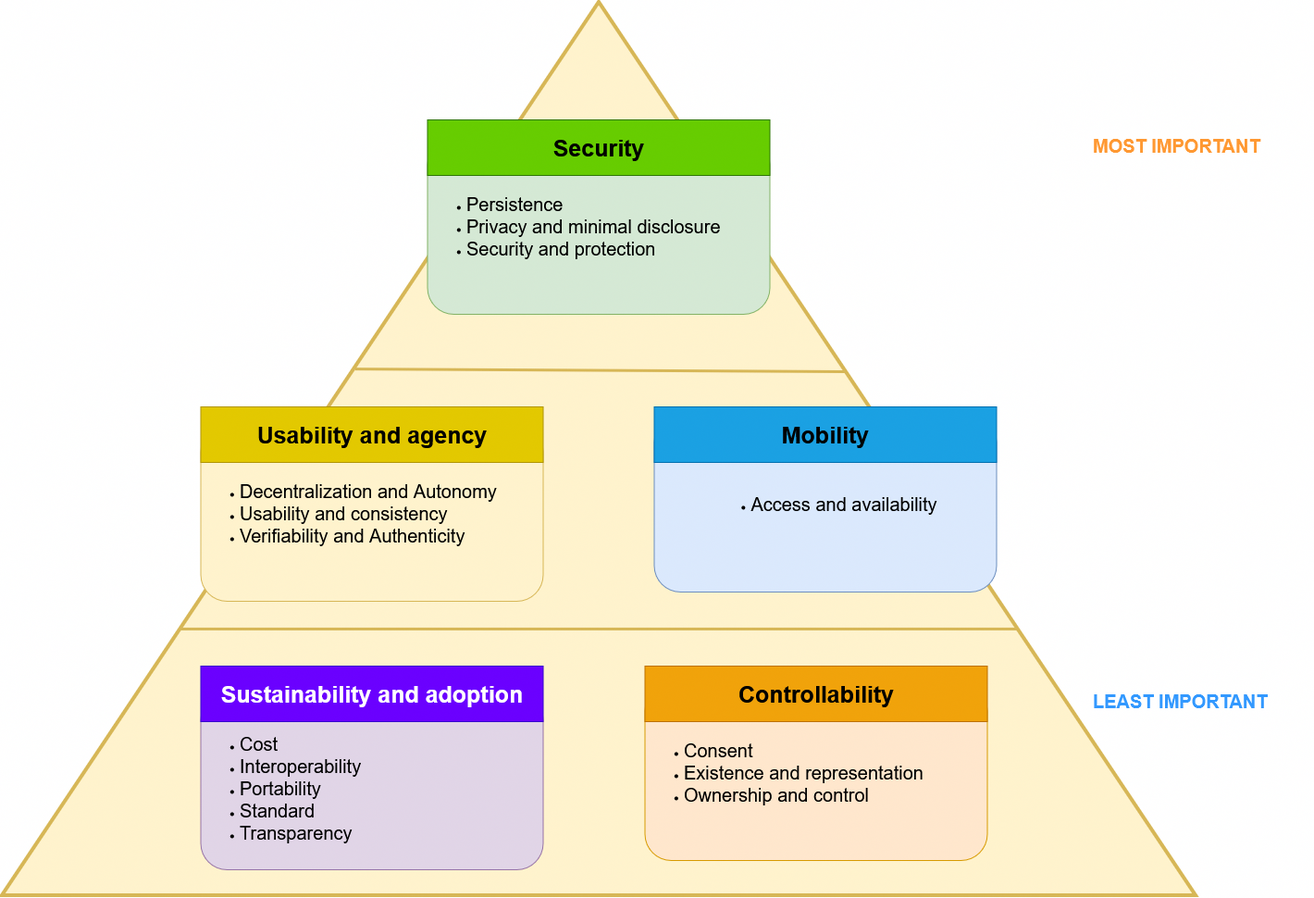
cristianlepore/Self-Sovereign-Identity keeps this draw.io diagram as definition/images/importance_group/ImportantGroups.png. Above is the earlier version. Source tidied: cells renumbered, new cells last; positions are measured from the earlier drawing's top-left corner, leaving out a move shared by most shapes.
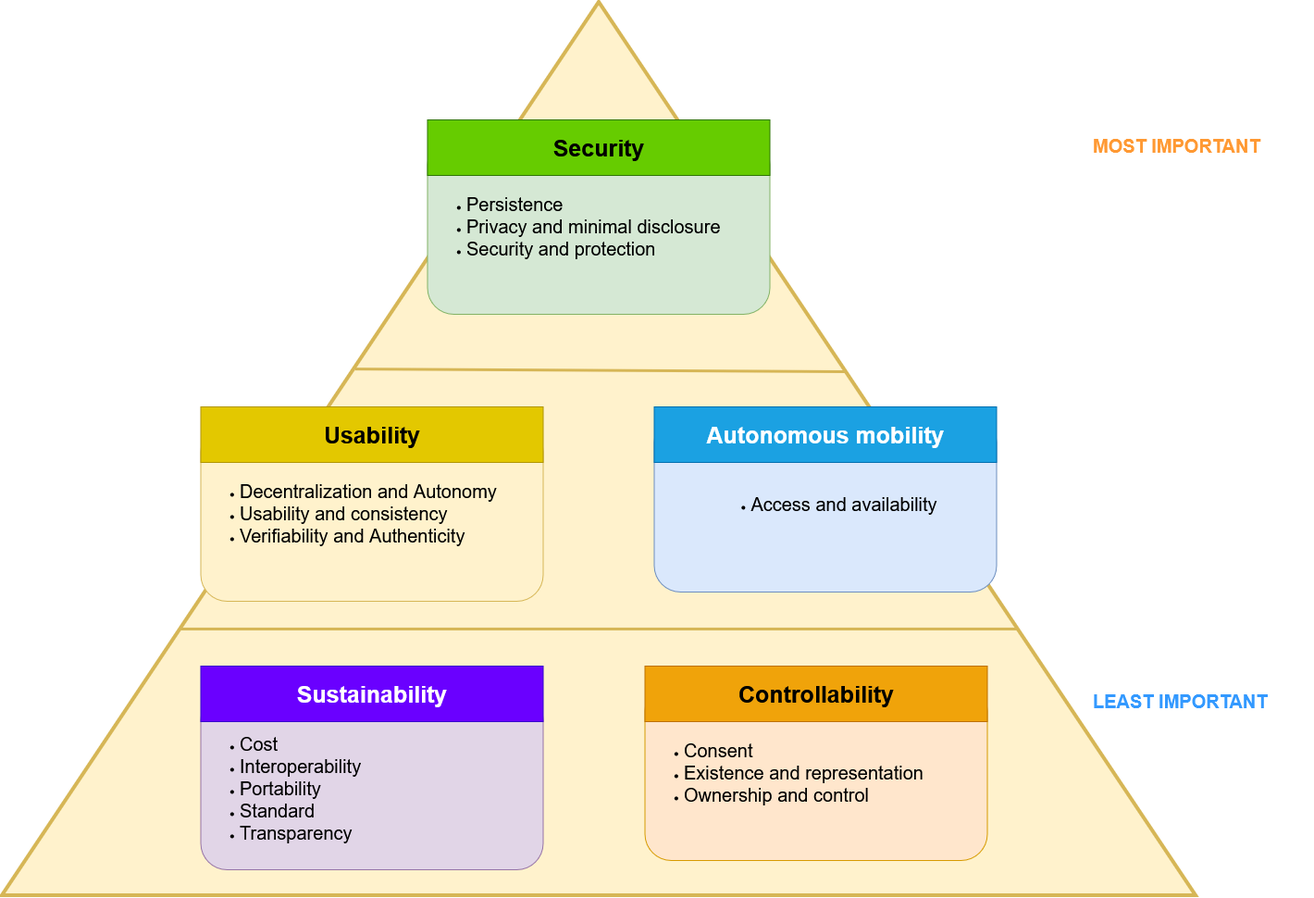
Above is the later version.

Diff of the diagram source:
```diff
@@ -14,7 +14,7 @@
     <mxCell id="5" value="&lt;div align=&quot;left&quot;&gt;&lt;br&gt;&lt;ul&gt;&lt;li&gt;&lt;font style=&quot;font-size: 20px;&quot;&gt;Cost&lt;/font&gt;&lt;/li&gt;&lt;li&gt;&lt;font style=&quot;font-size: 20px;&quot;&gt;Interoperability&lt;/font&gt;&lt;/li&gt;&lt;li&gt;&lt;font style=&quot;font-size: 20px;&quot;&gt;Portability&lt;/font&gt;&lt;/li&gt;&lt;li&gt;&lt;font style=&quot;font-size: 20px;&quot;&gt;Standard&lt;/font&gt;&lt;/li&gt;&lt;li&gt;&lt;font style=&quot;font-size: 20px;&quot;&gt;Transparency&lt;/font&gt;&lt;/li&gt;&lt;/ul&gt;&lt;/div&gt;" style="rounded=1;whiteSpace=wrap;html=1;align=left;fillColor=#e1d5e7;strokeColor=#9673a6;" parent="1" vertex="1">
       <mxGeometry x="52.5" y="910" width="370" height="190" as="geometry" />
     </mxCell>
-    <mxCell id="6" value="&lt;b&gt;&lt;font style=&quot;font-size: 25px;&quot;&gt;Sustainability and adoption&lt;br&gt;&lt;/font&gt;&lt;/b&gt;" style="rounded=0;whiteSpace=wrap;html=1;fillColor=#6a00ff;fontColor=#ffffff;strokeColor=#3700CC;" parent="1" vertex="1">
+    <mxCell id="6" value="&lt;b&gt;&lt;font style=&quot;font-size: 25px;&quot;&gt;Sustainability&lt;br&gt;&lt;/font&gt;&lt;/b&gt;" style="rounded=0;whiteSpace=wrap;html=1;fillColor=#6a00ff;fontColor=#ffffff;strokeColor=#3700CC;" parent="1" vertex="1">
       <mxGeometry x="52.5" y="880" width="370" height="60" as="geometry" />
     </mxCell>
     <mxCell id="7" value="&lt;div align=&quot;left&quot;&gt;&lt;ul&gt;&lt;li&gt;&lt;font style=&quot;font-size: 20px;&quot;&gt;Consent&lt;/font&gt;&lt;/li&gt;&lt;li&gt;&lt;font style=&quot;font-size: 20px;&quot;&gt;Existence and representation&lt;/font&gt;&lt;/li&gt;&lt;li&gt;&lt;font style=&quot;font-size: 20px;&quot;&gt;Ownership and control&lt;/font&gt;&lt;/li&gt;&lt;/ul&gt;&lt;/div&gt;" style="rounded=1;whiteSpace=wrap;html=1;align=left;fillColor=#ffe6cc;strokeColor=#d79b00;" parent="1" vertex="1">
@@ -26,13 +26,13 @@
     <mxCell id="9" value="&lt;div align=&quot;left&quot;&gt;&lt;ul&gt;&lt;li&gt;&lt;font style=&quot;font-size: 20px;&quot;&gt;Decentralization and Autonomy&lt;/font&gt;&lt;/li&gt;&lt;li&gt;&lt;font style=&quot;font-size: 20px;&quot;&gt;Usability and consistency&lt;/font&gt;&lt;/li&gt;&lt;li&gt;&lt;font style=&quot;font-size: 20px;&quot;&gt;Verifiability and Authenticity&lt;/font&gt;&lt;/li&gt;&lt;/ul&gt;&lt;/div&gt;" style="rounded=1;whiteSpace=wrap;html=1;align=left;fillColor=#fff2cc;strokeColor=#d6b656;" parent="1" vertex="1">
       <mxGeometry x="52.5" y="620" width="370" height="190" as="geometry" />
     </mxCell>
-    <mxCell id="10" value="&lt;div&gt;&lt;b&gt;&lt;font style=&quot;font-size: 25px;&quot;&gt;Usability and agency&lt;/font&gt;&lt;/b&gt;&lt;/div&gt;" style="rounded=0;whiteSpace=wrap;html=1;fillColor=#e3c800;fontColor=#000000;strokeColor=#B09500;" parent="1" vertex="1">
+    <mxCell id="10" value="&lt;div&gt;&lt;b&gt;&lt;font style=&quot;font-size: 25px;&quot;&gt;Usability&lt;/font&gt;&lt;/b&gt;&lt;br&gt;&lt;/div&gt;" style="rounded=0;whiteSpace=wrap;html=1;fillColor=#e3c800;fontColor=#000000;strokeColor=#B09500;" parent="1" vertex="1">
       <mxGeometry x="52.5" y="600" width="370" height="60" as="geometry" />
     </mxCell>
     <mxCell id="11" value="&lt;div&gt;&lt;ul&gt;&lt;li&gt;&lt;font style=&quot;font-size: 20px;&quot;&gt;Access and availability&lt;/font&gt;&lt;/li&gt;&lt;/ul&gt;&lt;/div&gt;" style="rounded=1;whiteSpace=wrap;html=1;fillColor=#dae8fc;strokeColor=#6c8ebf;" parent="1" vertex="1">
       <mxGeometry x="542.5" y="610" width="370" height="190" as="geometry" />
     </mxCell>
-    <mxCell id="12" value="&lt;b&gt;&lt;font style=&quot;font-size: 25px; color: rgb(0, 0, 0);&quot;&gt;Mobility&lt;font&gt;&lt;br&gt;&lt;/font&gt;&lt;/font&gt;&lt;/b&gt;" style="rounded=0;whiteSpace=wrap;html=1;fillColor=#1ba1e2;fontColor=#ffffff;strokeColor=#006EAF;" parent="1" vertex="1">
+    <mxCell id="12" value="&lt;font style=&quot;font-size: 25px;&quot;&gt;&lt;b&gt;Autonomous mobility&lt;/b&gt;&lt;/font&gt;" style="rounded=0;whiteSpace=wrap;html=1;fillColor=#1ba1e2;fontColor=#ffffff;strokeColor=#006EAF;" parent="1" vertex="1">
       <mxGeometry x="542.5" y="600" width="370" height="60" as="geometry" />
     </mxCell>
     <mxCell id="13" value="&lt;div align=&quot;left&quot;&gt;&lt;ul&gt;&lt;li&gt;&lt;font style=&quot;font-size: 20px;&quot;&gt;Persistence&lt;/font&gt;&lt;/li&gt;&lt;li&gt;&lt;font style=&quot;font-size: 20px;&quot;&gt;Privacy and minimal disclosure&lt;/font&gt;&lt;/li&gt;&lt;li&gt;&lt;font style=&quot;font-size: 20px;&quot;&gt;Security and protection&lt;/font&gt;&lt;/li&gt;&lt;/ul&gt;&lt;/div&gt;" style="rounded=1;whiteSpace=wrap;html=1;align=left;fillColor=#d5e8d4;strokeColor=#82b366;" parent="1" vertex="1">
```
